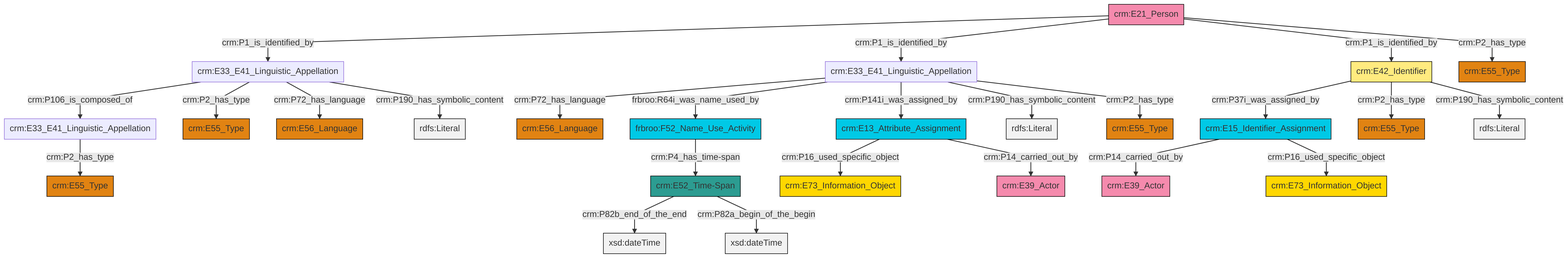
Earlier version of the Mermaid export et/personCSV/ttl/mmd/png/Person_Names_and_Classification.png (swiss-art-research-net/reference-data-models). Its source is kept beside it as et/personCSV/ttl/mmd/Person_Names_and_Classification.ttl.mmd.
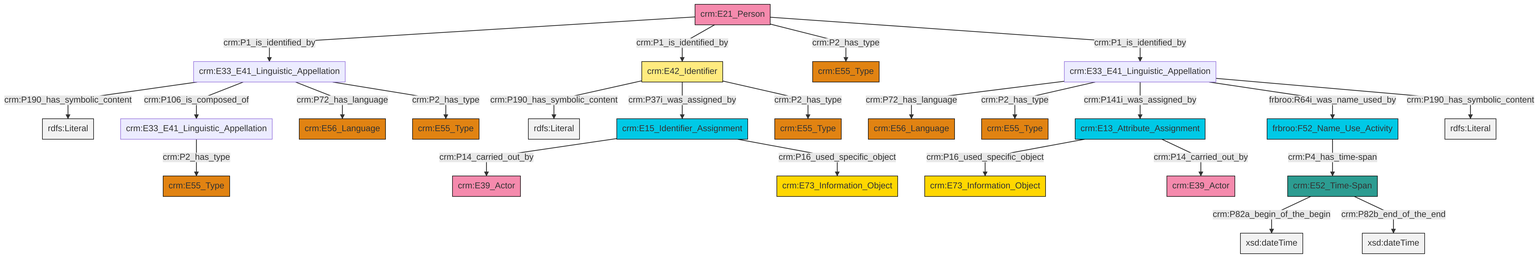
After the change.

Change to the diagram source:
```diff
@@ -13,27 +13,27 @@
 classDef PC_Classes fill:#4ce600, stroke:#000000;
 classDef Multi fill:#cccccc,stroke:#000000;
 
-0["crm:E33_E41_Linguistic_Appellation"]:::Default -->|crm:P106_is_composed_of| 1["crm:E33_E41_Linguistic_Appellation"]:::Default
-6["crm:E33_E41_Linguistic_Appellation"]:::Default -->|crm:P72_has_language| 7["crm:E56_Language"]:::Type
-0["crm:E33_E41_Linguistic_Appellation"]:::Default -->|crm:P2_has_type| 10["crm:E55_Type"]:::Type
-13["crm:E13_Attribute_Assignment"]:::Temporal_Entity -->|crm:P16_used_specific_object| 4["crm:E73_Information_Object"]:::Conceptual_Object
-14["crm:E21_Person"]:::Actor -->|crm:P1_is_identified_by| 0["crm:E33_E41_Linguistic_Appellation"]:::Default
-0["crm:E33_E41_Linguistic_Appellation"]:::Default -->|crm:P72_has_language| 15["crm:E56_Language"]:::Type
-16["crm:E42_Identifier"]:::Appellation -->|crm:P37i_was_assigned_by| 17["crm:E15_Identifier_Assignment"]:::Temporal_Entity
-6["crm:E33_E41_Linguistic_Appellation"]:::Default -->|frbroo:R64i_was_name_used_by| 18["frbroo:F52_Name_Use_Activity"]:::Temporal_Entity
-1["crm:E33_E41_Linguistic_Appellation"]:::Default -->|crm:P2_has_type| 8["crm:E55_Type"]:::Type
-14["crm:E21_Person"]:::Actor -->|crm:P1_is_identified_by| 6["crm:E33_E41_Linguistic_Appellation"]:::Default
-21["crm:E52_Time-Span"]:::Time-Span -->|crm:P82b_end_of_the_end| 22[xsd:dateTime]:::Literal
-16["crm:E42_Identifier"]:::Appellation -->|crm:P2_has_type| 23["crm:E55_Type"]:::Type
-17["crm:E15_Identifier_Assignment"]:::Temporal_Entity -->|crm:P14_carried_out_by| 19["crm:E39_Actor"]:::Actor
-0["crm:E33_E41_Linguistic_Appellation"]:::Default -->|crm:P190_has_symbolic_content| 24[rdfs:Literal]:::Literal
-18["frbroo:F52_Name_Use_Activity"]:::Temporal_Entity -->|crm:P4_has_time-span| 21["crm:E52_Time-Span"]:::Time-Span
-16["crm:E42_Identifier"]:::Appellation -->|crm:P190_has_symbolic_content| 26[rdfs:Literal]:::Literal
-21["crm:E52_Time-Span"]:::Time-Span -->|crm:P82a_begin_of_the_begin| 28[xsd:dateTime]:::Literal
-6["crm:E33_E41_Linguistic_Appellation"]:::Default -->|crm:P141i_was_assigned_by| 13["crm:E13_Attribute_Assignment"]:::Temporal_Entity
-17["crm:E15_Identifier_Assignment"]:::Temporal_Entity -->|crm:P16_used_specific_object| 33["crm:E73_Information_Object"]:::Conceptual_Object
-13["crm:E13_Attribute_Assignment"]:::Temporal_Entity -->|crm:P14_carried_out_by| 29["crm:E39_Actor"]:::Actor
-6["crm:E33_E41_Linguistic_Appellation"]:::Default -->|crm:P190_has_symbolic_content| 37[rdfs:Literal]:::Literal
-14["crm:E21_Person"]:::Actor -->|crm:P1_is_identified_by| 16["crm:E42_Identifier"]:::Appellation
-14["crm:E21_Person"]:::Actor -->|crm:P2_has_type| 2["crm:E55_Type"]:::Type
-6["crm:E33_E41_Linguistic_Appellation"]:::Default -->|crm:P2_has_type| 34["crm:E55_Type"]:::Type
+0["crm:E15_Identifier_Assignment"]:::Temporal_Entity -->|crm:P14_carried_out_by| 1["crm:E39_Actor"]:::Actor
+4["crm:E13_Attribute_Assignment"]:::Temporal_Entity -->|crm:P16_used_specific_object| 5["crm:E73_Information_Object"]:::Conceptual_Object
+2["crm:E33_E41_Linguistic_Appellation"]:::Default -->|crm:P190_has_symbolic_content| 7[rdfs:Literal]:::Literal
+0["crm:E15_Identifier_Assignment"]:::Temporal_Entity -->|crm:P16_used_specific_object| 8["crm:E73_Information_Object"]:::Conceptual_Object
+9["frbroo:F52_Name_Use_Activity"]:::Temporal_Entity -->|crm:P4_has_time-span| 10["crm:E52_Time-Span"]:::Time-Span
+16["crm:E21_Person"]:::Actor -->|crm:P1_is_identified_by| 2["crm:E33_E41_Linguistic_Appellation"]:::Default
+2["crm:E33_E41_Linguistic_Appellation"]:::Default -->|crm:P106_is_composed_of| 17["crm:E33_E41_Linguistic_Appellation"]:::Default
+4["crm:E13_Attribute_Assignment"]:::Temporal_Entity -->|crm:P14_carried_out_by| 12["crm:E39_Actor"]:::Actor
+2["crm:E33_E41_Linguistic_Appellation"]:::Default -->|crm:P72_has_language| 18["crm:E56_Language"]:::Type
+20["crm:E33_E41_Linguistic_Appellation"]:::Default -->|crm:P72_has_language| 21["crm:E56_Language"]:::Type
+20["crm:E33_E41_Linguistic_Appellation"]:::Default -->|crm:P2_has_type| 22["crm:E55_Type"]:::Type
+10["crm:E52_Time-Span"]:::Time-Span -->|crm:P82a_begin_of_the_begin| 30[xsd:dateTime]:::Literal
+16["crm:E21_Person"]:::Actor -->|crm:P1_is_identified_by| 31["crm:E42_Identifier"]:::Appellation
+20["crm:E33_E41_Linguistic_Appellation"]:::Default -->|crm:P141i_was_assigned_by| 4["crm:E13_Attribute_Assignment"]:::Temporal_Entity
+31["crm:E42_Identifier"]:::Appellation -->|crm:P190_has_symbolic_content| 34[rdfs:Literal]:::Literal
+31["crm:E42_Identifier"]:::Appellation -->|crm:P37i_was_assigned_by| 0["crm:E15_Identifier_Assignment"]:::Temporal_Entity
+16["crm:E21_Person"]:::Actor -->|crm:P2_has_type| 26["crm:E55_Type"]:::Type
+17["crm:E33_E41_Linguistic_Appellation"]:::Default -->|crm:P2_has_type| 14["crm:E55_Type"]:::Type
+31["crm:E42_Identifier"]:::Appellation -->|crm:P2_has_type| 39["crm:E55_Type"]:::Type
+20["crm:E33_E41_Linguistic_Appellation"]:::Default -->|frbroo:R64i_was_name_used_by| 9["frbroo:F52_Name_Use_Activity"]:::Temporal_Entity
+2["crm:E33_E41_Linguistic_Appellation"]:::Default -->|crm:P2_has_type| 28["crm:E55_Type"]:::Type
+10["crm:E52_Time-Span"]:::Time-Span -->|crm:P82b_end_of_the_end| 45[xsd:dateTime]:::Literal
+20["crm:E33_E41_Linguistic_Appellation"]:::Default -->|crm:P190_has_symbolic_content| 46[rdfs:Literal]:::Literal
+16["crm:E21_Person"]:::Actor -->|crm:P1_is_identified_by| 20["crm:E33_E41_Linguistic_Appellation"]:::Default
```
